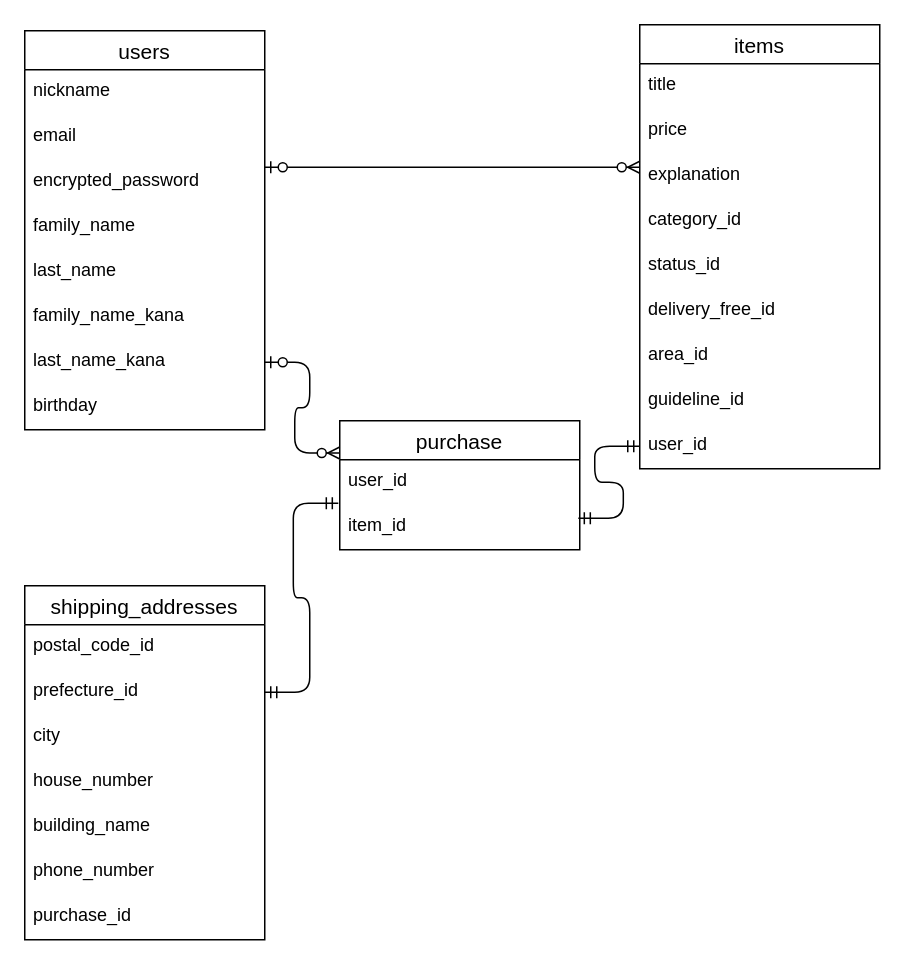
yamamoto-makoto2020/furima-31131 keeps this draw.io diagram as furima.dio. Above is the earlier version. Source tidied: cells renumbered, new cells numbered last; positions are measured from the earlier drawing's top-left corner, leaving out a move shared by most shapes. Both pictures are drawn from the tidied source at 150%, with x=0, y=0 at pixel (24, 24).
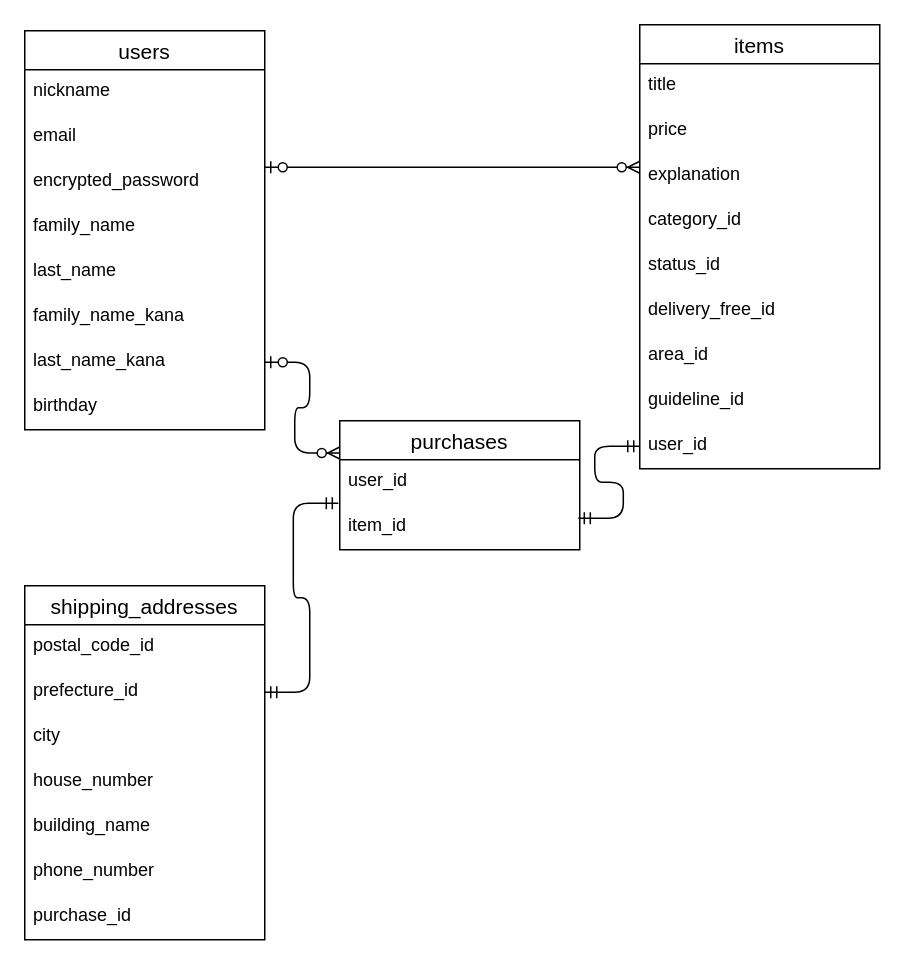
After the change.

Commit message (it also covers changes not shown here):
データベース設定の修正５

Diff of the diagram source:
```diff
@@
-    <mxCell id="24" value="purchase" style="swimlane;fontStyle=0;horizontal=1;startSize=26;align=center;fontSize=14;" parent="1" vertex="1">
+    <mxCell id="24" value="purchases" style="swimlane;fontStyle=0;horizontal=1;startSize=26;align=center;fontSize=14;" parent="1" vertex="1">
       <mxGeometry x="210" y="264" width="160" height="86" as="geometry" />
     </mxCell>
```
